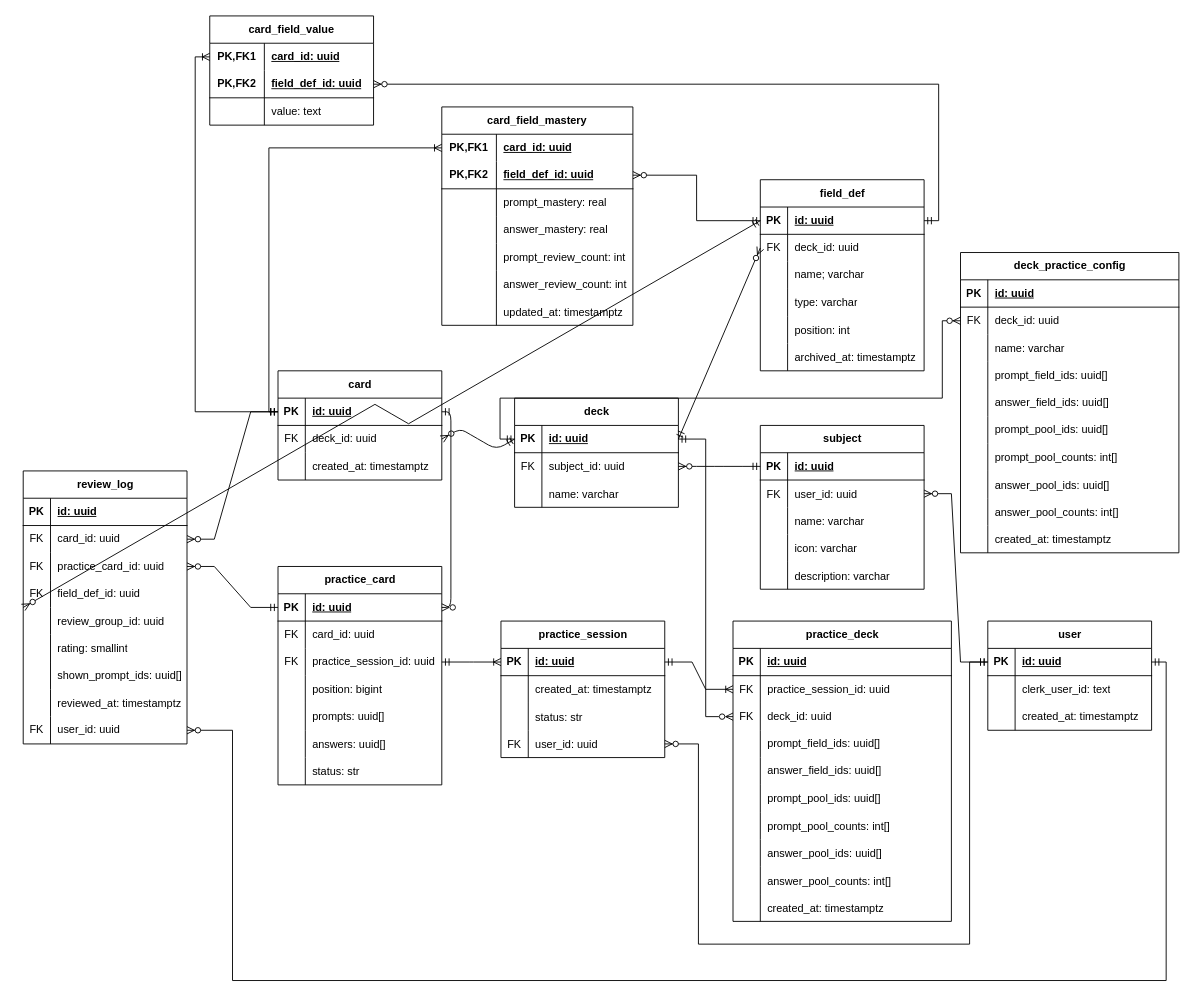
lushihui51/Flashy keeps this draw.io diagram as docs/Flashy-ERD.drawio. Above is the earlier version. Source tidied: cells renumbered, new cells numbered last; positions are measured from the earlier drawing's top-left corner, leaving out a move shared by most shapes. Both pictures are drawn from the tidied source at 91%, with x=0, y=0 at pixel (23, 15).
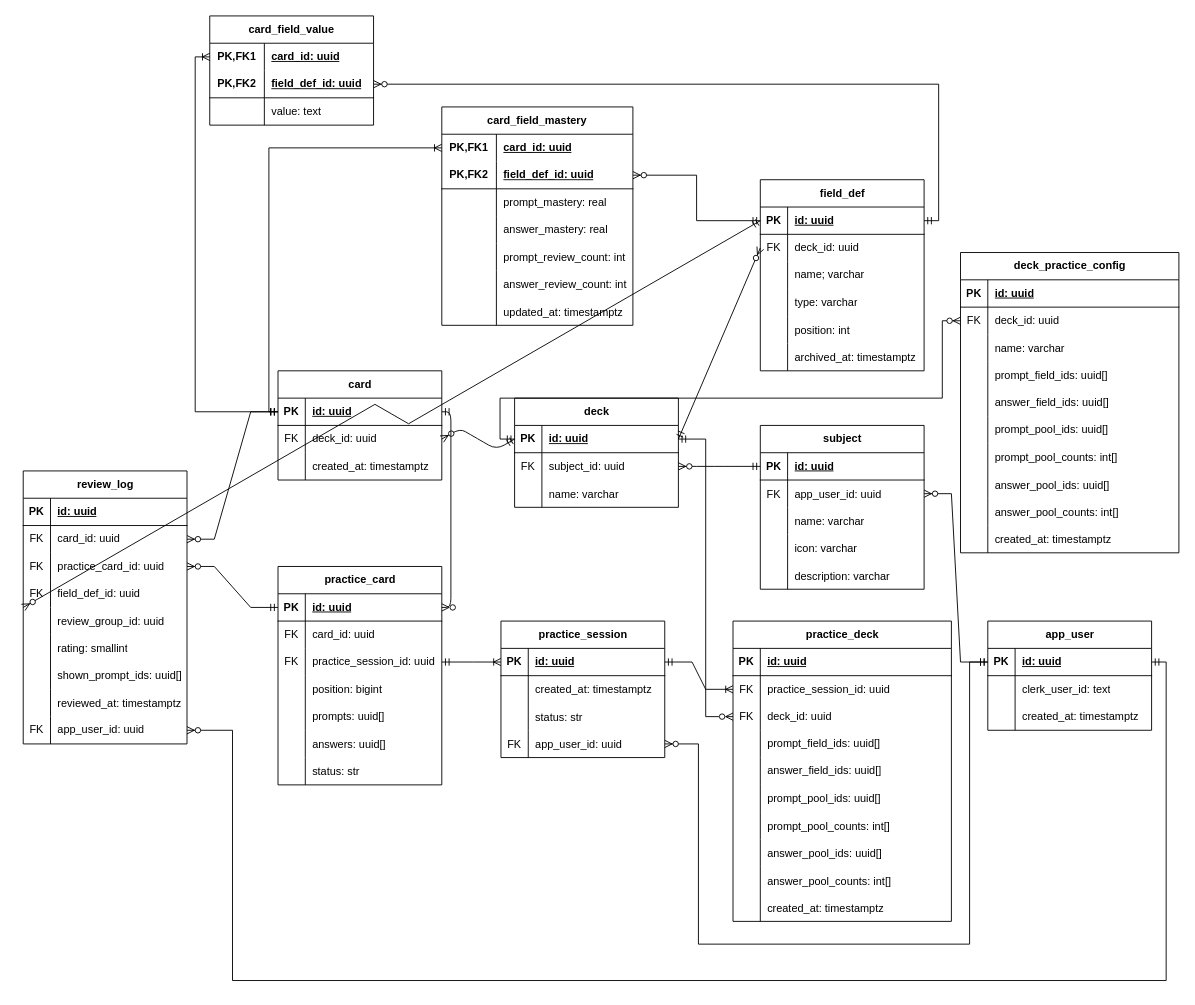
After the change.

Commit message:
Update Flashy-ERD.drawio, rename user to app_user

The change refers to these unchanged cells:
```xml
<mxCell id="26" style="shape=tableRow;horizontal=0;startSize=0;swimlaneHead=0;swimlaneBody=0;fillColor=none;points=[[0,0.5],[1,0.5]];portConstraint=eastwest;top=0;left=0;right=0;bottom=0;" parent="22" vertex="1">
  <mxGeometry y="60" width="180" height="30" as="geometry" />
</mxCell>
<mxCell id="72" style="shape=tableRow;horizontal=0;startSize=0;swimlaneHead=0;swimlaneBody=0;fillColor=none;points=[[0,0.5],[1,0.5]];portConstraint=eastwest;top=0;left=0;right=0;bottom=0;" parent="62" vertex="1">
  <mxGeometry y="120" width="180" height="30" as="geometry" />
</mxCell>
<mxCell id="223" style="shape=tableRow;horizontal=0;startSize=0;swimlaneHead=0;swimlaneBody=0;fillColor=none;points=[[0,0.5],[1,0.5]];portConstraint=eastwest;top=0;left=0;right=0;bottom=0;" parent="198" vertex="1">
  <mxGeometry y="270" width="180" height="30" as="geometry" />
</mxCell>
```

Change to the diagram source:
```diff
@@
-    <mxCell id="28" value="user_id: uuid" style="shape=partialRectangle;fillColor=none;top=0;left=0;bottom=0;right=0;align=left;spacingLeft=6;overflow=hidden;" parent="26" vertex="1">
+    <mxCell id="28" value="app_user_id: uuid" style="shape=partialRectangle;fillColor=none;top=0;left=0;bottom=0;right=0;align=left;spacingLeft=6;overflow=hidden;" parent="26" vertex="1">
       <mxGeometry x="30" width="150" height="30" as="geometry" />
     </mxCell>
@@
-    <mxCell id="74" value="user_id: uuid" style="shape=partialRectangle;fillColor=none;top=0;left=0;bottom=0;right=0;align=left;spacingLeft=6;overflow=hidden;" parent="72" vertex="1">
+    <mxCell id="74" value="app_user_id: uuid" style="shape=partialRectangle;fillColor=none;top=0;left=0;bottom=0;right=0;align=left;spacingLeft=6;overflow=hidden;" parent="72" vertex="1">
       <mxGeometry x="30" width="150" height="30" as="geometry" />
     </mxCell>
@@
-    <mxCell id="225" value="user_id: uuid" style="shape=partialRectangle;fillColor=none;top=0;left=0;bottom=0;right=0;align=left;spacingLeft=6;fontStyle=0;overflow=hidden;whiteSpace=wrap;html=1;" parent="223" vertex="1">
+    <mxCell id="225" value="app_user_id: uuid" style="shape=partialRectangle;fillColor=none;top=0;left=0;bottom=0;right=0;align=left;spacingLeft=6;fontStyle=0;overflow=hidden;whiteSpace=wrap;html=1;" parent="223" vertex="1">
       <mxGeometry x="30" width="150" height="30" as="geometry" />
     </mxCell>
@@
-    <mxCell id="229" value="user" style="shape=table;startSize=30;childLayout=tableLayout;rowLines=0;fontStyle=1;align=center;html=1;" parent="1" vertex="1">
+    <mxCell id="229" value="app_user" style="shape=table;startSize=30;childLayout=tableLayout;rowLines=0;fontStyle=1;align=center;html=1;" parent="1" vertex="1">
       <mxGeometry x="1060" y="665" width="180" height="120" as="geometry" />
     </mxCell>
```
